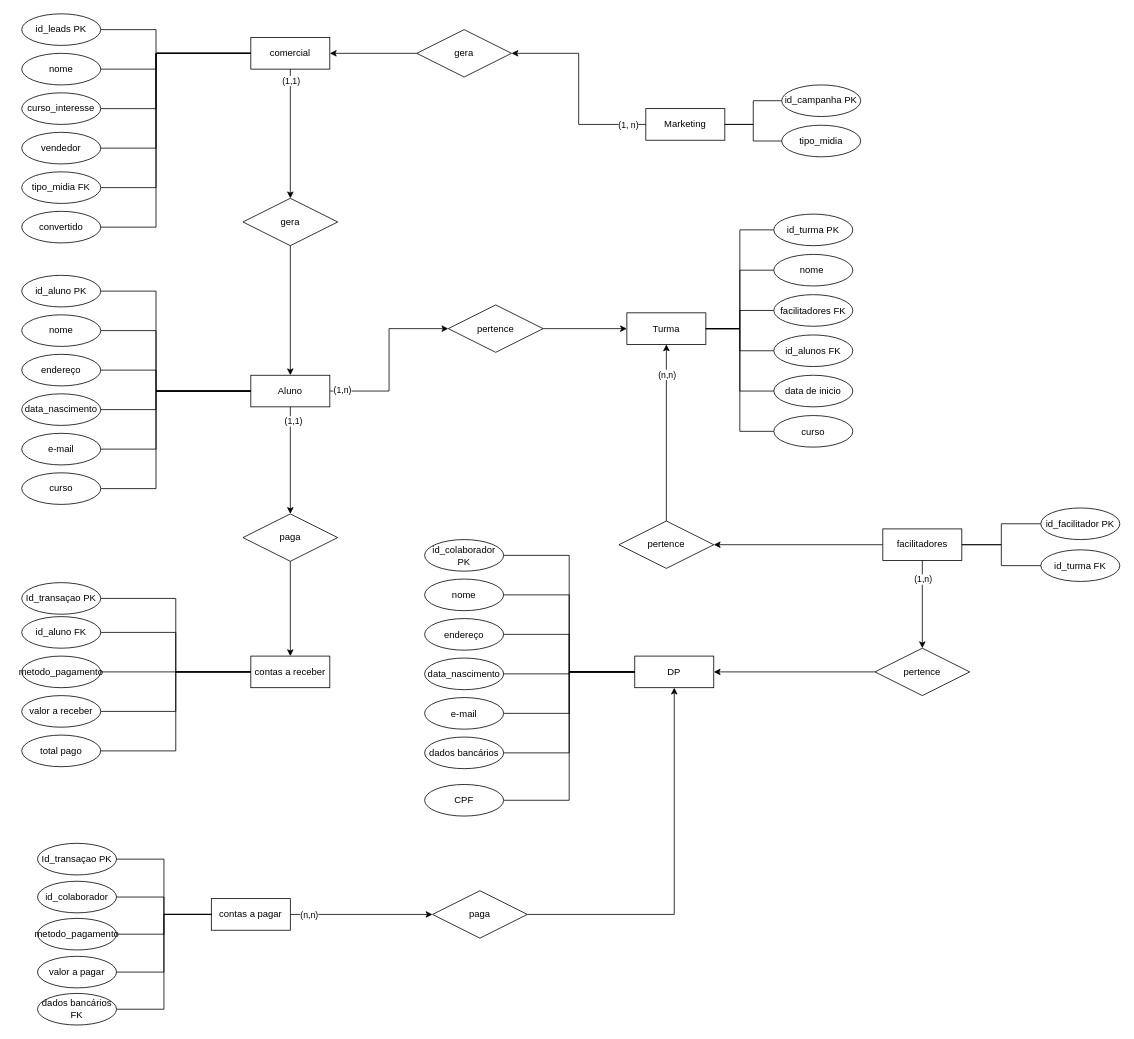
The draw.io diagram Copy of entidades secretaria e alunos.drawio in brunnabrito/projeto_modulo3_resilia_grupo1, before the edit. Source tidied: cells renumbered, new cells numbered last; positions are measured from the earlier drawing's top-left corner, leaving out a move shared by most shapes. Both pictures are drawn from the tidied source at 79%, with x=0, y=0 at pixel (21, 13).
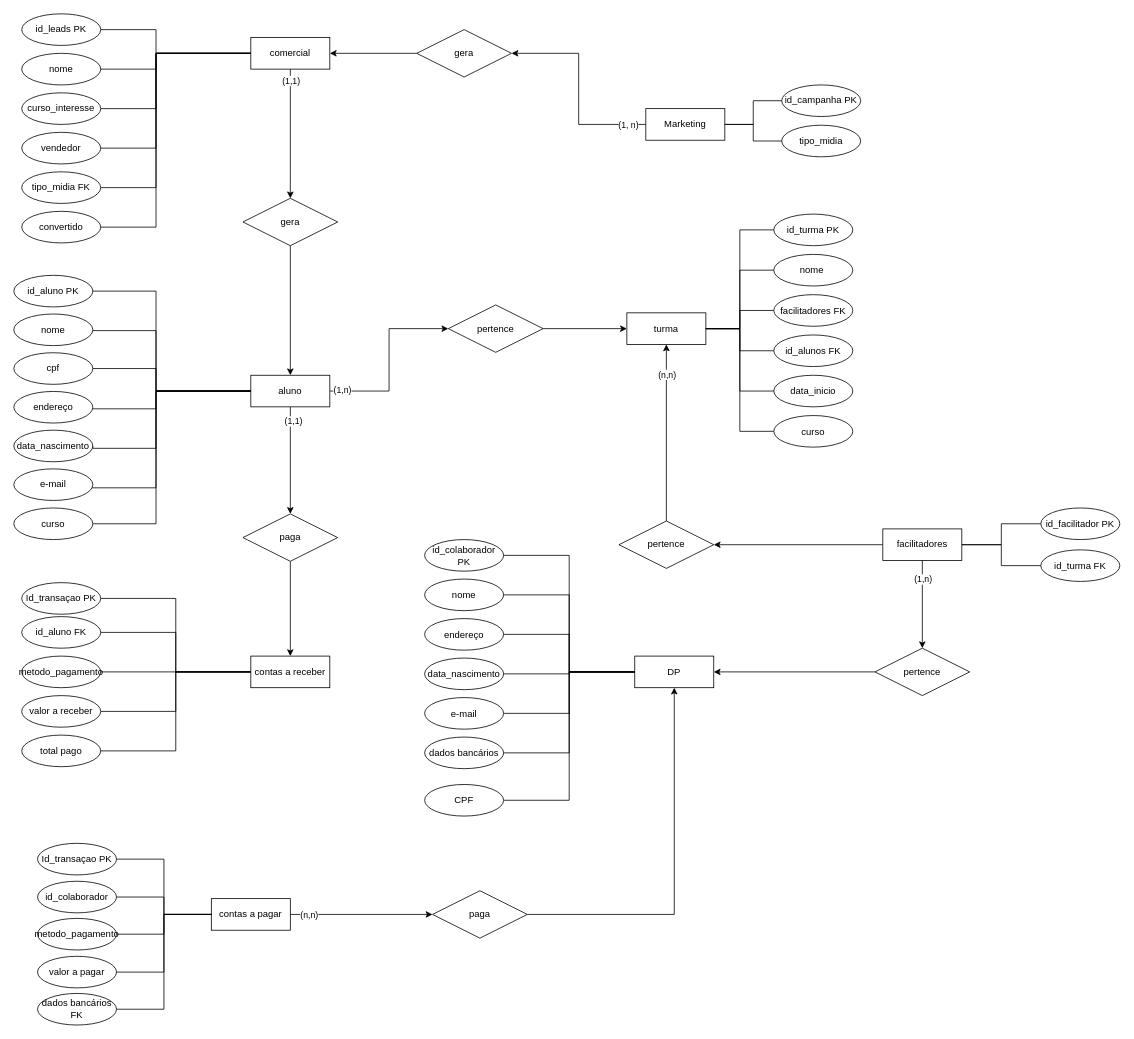
The same page after the edit.

Change to the diagram source:
```diff
@@
-    <mxCell id="6" value="Aluno" style="whiteSpace=wrap;html=1;align=center;" parent="1" vertex="1">
+    <mxCell id="6" value="aluno" style="whiteSpace=wrap;html=1;align=center;" parent="1" vertex="1">
       <mxGeometry x="290" y="457.5" width="100" height="40" as="geometry" />
     </mxCell>
@@
     <mxCell id="8" value="id_aluno PK" style="ellipse;whiteSpace=wrap;html=1;align=center;" parent="1" vertex="1">
-      <mxGeometry y="331" width="100" height="40" as="geometry" />
+      <mxGeometry x="-10" y="331" width="100" height="40" as="geometry" />
     </mxCell>
@@
     <mxCell id="10" value="nome" style="ellipse;whiteSpace=wrap;html=1;align=center;" parent="1" vertex="1">
-      <mxGeometry y="381" width="100" height="40" as="geometry" />
+      <mxGeometry x="-10" y="380" width="100" height="40" as="geometry" />
     </mxCell>
     <mxCell id="11" style="edgeStyle=orthogonalEdgeStyle;rounded=0;jettySize=auto;html=1;entryX=0;entryY=0.5;entryDx=0;entryDy=0;endArrow=none;endFill=0;" parent="1" edge="1" source="12" target="6">
       <mxGeometry relative="1" as="geometry">
         <Array as="points">
-          <mxPoint x="170" y="451" />
+          <mxPoint x="170" y="500" />
           <mxPoint x="170" y="478" />
         </Array>
       </mxGeometry>
     </mxCell>
     <mxCell id="12" value="endereço" style="ellipse;whiteSpace=wrap;html=1;align=center;" parent="1" vertex="1">
-      <mxGeometry y="431" width="100" height="40" as="geometry" />
+      <mxGeometry x="-10" y="478" width="100" height="40" as="geometry" />
     </mxCell>
-    <mxCell id="13" style="edgeStyle=orthogonalEdgeStyle;rounded=0;jettySize=auto;html=1;entryX=0;entryY=0.5;entryDx=0;entryDy=0;endArrow=none;endFill=0;" parent="1" edge="1" source="14" target="6">
+    <mxCell id="13" style="edgeStyle=orthogonalEdgeStyle;rounded=0;jettySize=auto;html=1;entryX=0;entryY=0.5;entryDx=0;entryDy=0;endArrow=none;endFill=0;exitX=1;exitY=0.5;exitDx=0;exitDy=0;" parent="1" edge="1" source="14" target="6">
       <mxGeometry relative="1" as="geometry">
         <Array as="points">
-          <mxPoint x="170" y="501" />
+          <mxPoint x="170" y="550" />
           <mxPoint x="170" y="478" />
         </Array>
       </mxGeometry>
     </mxCell>
     <mxCell id="14" value="data_nascimento" style="ellipse;whiteSpace=wrap;html=1;align=center;" parent="1" vertex="1">
-      <mxGeometry y="481" width="100" height="40" as="geometry" />
+      <mxGeometry x="-10" y="527" width="100" height="40" as="geometry" />
     </mxCell>
     <mxCell id="15" style="edgeStyle=orthogonalEdgeStyle;rounded=0;jettySize=auto;html=1;entryX=0;entryY=0.5;entryDx=0;entryDy=0;endArrow=none;endFill=0;" parent="1" edge="1" source="16" target="6">
       <mxGeometry relative="1" as="geometry">
         <Array as="points">
-          <mxPoint x="170" y="551" />
+          <mxPoint x="50" y="600" />
+          <mxPoint x="170" y="600" />
           <mxPoint x="170" y="478" />
         </Array>
       </mxGeometry>
     </mxCell>
     <mxCell id="16" value="e-mail" style="ellipse;whiteSpace=wrap;html=1;align=center;" parent="1" vertex="1">
-      <mxGeometry y="531" width="100" height="40" as="geometry" />
+      <mxGeometry x="-10" y="576" width="100" height="40" as="geometry" />
     </mxCell>
-    <mxCell id="17" style="edgeStyle=orthogonalEdgeStyle;rounded=0;jettySize=auto;html=1;entryX=0;entryY=0.5;entryDx=0;entryDy=0;endArrow=none;endFill=0;" parent="1" edge="1" source="18" target="6">
+    <mxCell id="17" style="edgeStyle=orthogonalEdgeStyle;rounded=0;jettySize=auto;html=1;entryX=0;entryY=0.5;entryDx=0;entryDy=0;endArrow=none;endFill=0;exitX=1;exitY=0.5;exitDx=0;exitDy=0;" parent="1" edge="1" source="18" target="6">
       <mxGeometry relative="1" as="geometry">
         <Array as="points">
-          <mxPoint x="170" y="601" />
+          <mxPoint x="170" y="646" />
           <mxPoint x="170" y="478" />
         </Array>
       </mxGeometry>
     </mxCell>
     <mxCell id="18" value="curso" style="ellipse;whiteSpace=wrap;html=1;align=center;" parent="1" vertex="1">
-      <mxGeometry y="581" width="100" height="40" as="geometry" />
+      <mxGeometry x="-10" y="625.5" width="100" height="40" as="geometry" />
     </mxCell>
-    <mxCell id="19" value="Turma" style="whiteSpace=wrap;html=1;align=center;" parent="1" vertex="1">
+    <mxCell id="19" value="turma" style="whiteSpace=wrap;html=1;align=center;" parent="1" vertex="1">
       <mxGeometry x="766" y="378.5" width="100" height="40" as="geometry" />
     </mxCell>
@@
-    <mxCell id="29" value="data de inicio" style="ellipse;whiteSpace=wrap;html=1;align=center;flipV=1;" parent="1" vertex="1">
+    <mxCell id="29" value="data_inicio" style="ellipse;whiteSpace=wrap;html=1;align=center;flipV=1;" parent="1" vertex="1">
       <mxGeometry x="952" y="457.5" width="100" height="40" as="geometry" />
     </mxCell>
@@
+    <mxCell id="116" value="cpf" style="ellipse;whiteSpace=wrap;html=1;align=center;" parent="1" vertex="1">
+      <mxGeometry x="-10" y="429" width="100" height="40" as="geometry" />
+    </mxCell>
+    <mxCell id="117" style="edgeStyle=orthogonalEdgeStyle;rounded=0;jettySize=auto;html=1;entryX=0;entryY=0.5;entryDx=0;entryDy=0;endArrow=none;endFill=0;exitX=1;exitY=0.5;exitDx=0;exitDy=0;" parent="1" edge="1" source="116" target="6">
+      <mxGeometry relative="1" as="geometry">
+        <Array as="points">
+          <mxPoint x="170" y="449" />
+          <mxPoint x="170" y="478" />
+        </Array>
+      </mxGeometry>
+    </mxCell>
```
